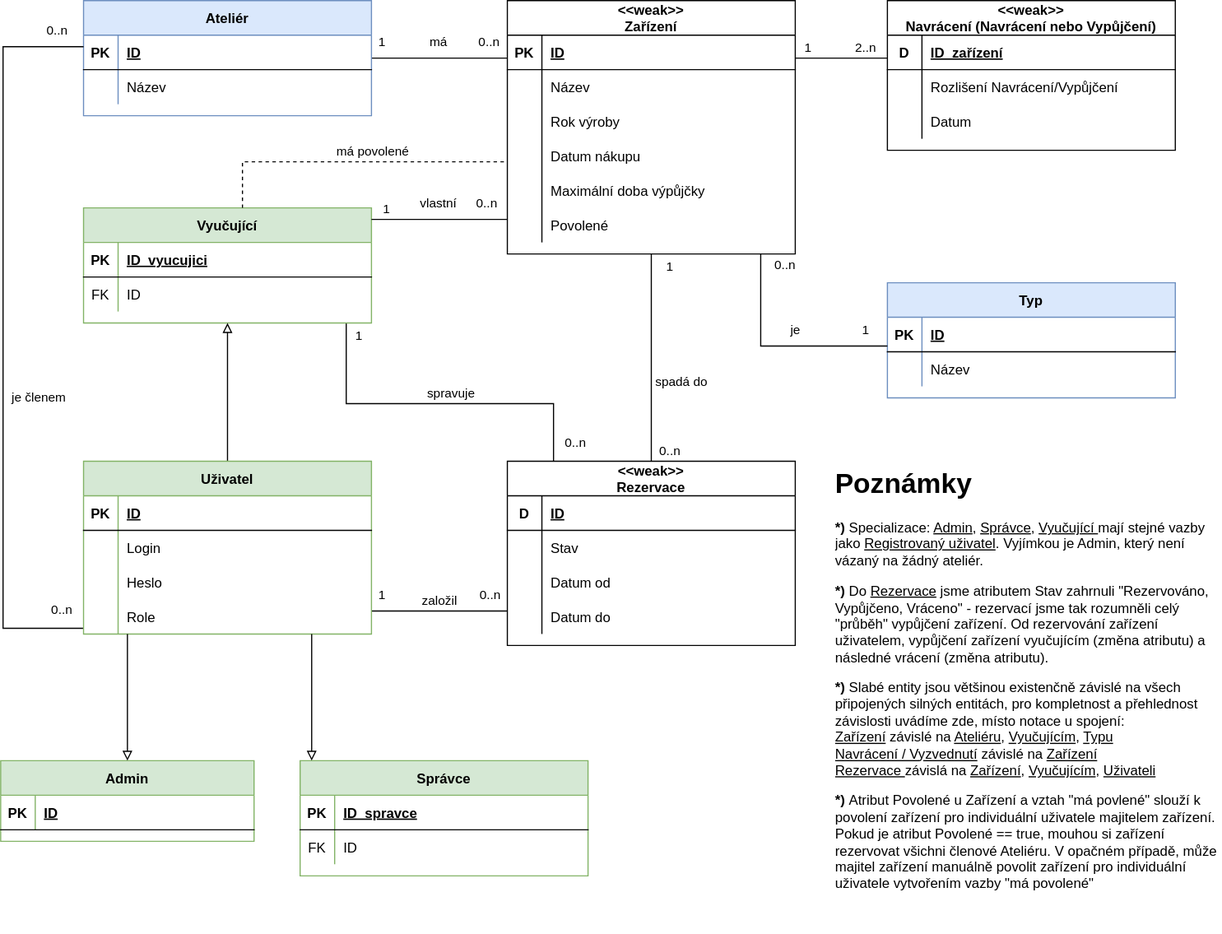
Earlier version of the draw.io export docs/Diagramy-ER Diagram.drawio.svg (petr-plihal/is-for-art-school). Source tidied: cells renumbered, new cells last; positions are measured from the earlier drawing's top-left corner, leaving out a move shared by most shapes.
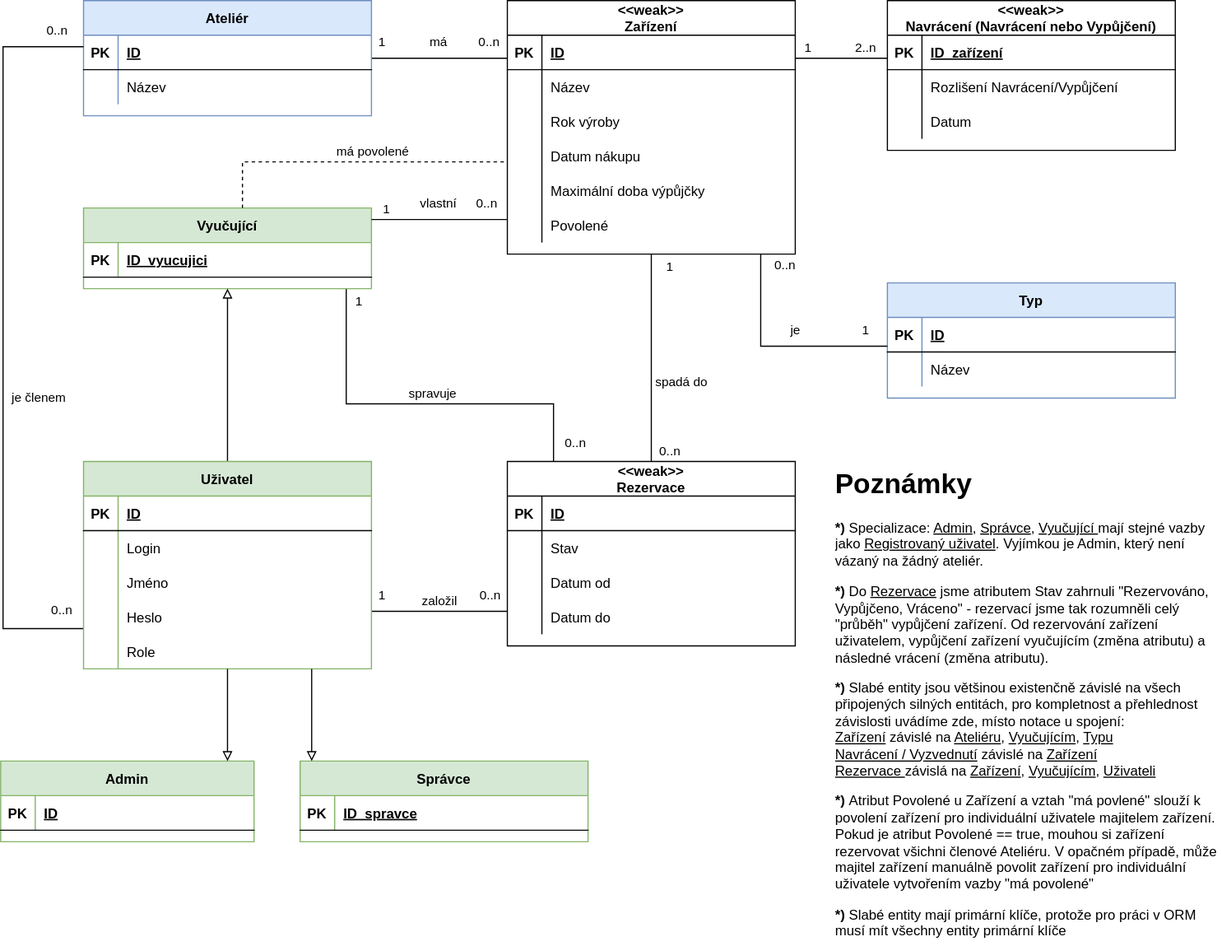
Later version of the same file.

What changed in the source:
```diff
@@ -214,7 +214,7 @@
       </mxGeometry>
     </mxCell>
     <mxCell id="56" value="Vyučující" style="shape=table;startSize=30;rowLines=0;fontStyle=1;align=center;fillColor=#d5e8d4;strokeColor=#82b366;" parent="1" vertex="1">
-      <mxGeometry x="72" y="180" width="250" height="100" as="geometry" />
+      <mxGeometry x="72" y="180" width="250" height="70" as="geometry" />
     </mxCell>
     <mxCell id="57" style="shape=partialRectangle;fillColor=none;top=0;left=0;right=0;bottom=1;" parent="56" vertex="1">
       <mxGeometry y="30" width="250" height="30" as="geometry" />
@@ -225,15 +225,6 @@
     <mxCell id="59" value="ID_vyucujici" style="shape=partialRectangle;overflow=hidden;fillColor=none;top=0;left=0;bottom=0;right=0;align=left;spacingLeft=6;fontStyle=5;" parent="57" vertex="1">
       <mxGeometry x="30" width="220" height="30" as="geometry" />
     </mxCell>
-    <mxCell id="60" style="shape=partialRectangle;fillColor=none;top=0;left=0;right=0;bottom=0;" parent="56" vertex="1">
-      <mxGeometry y="60" width="250" height="30" as="geometry" />
-    </mxCell>
-    <mxCell id="61" value="FK" style="shape=partialRectangle;overflow=hidden;fillColor=none;top=0;left=0;bottom=0;right=0;" parent="60" vertex="1">
-      <mxGeometry width="30" height="30" as="geometry" />
-    </mxCell>
-    <mxCell id="62" value="ID" style="shape=partialRectangle;overflow=hidden;fillColor=none;top=0;left=0;bottom=0;right=0;align=left;spacingLeft=6;" parent="60" vertex="1">
-      <mxGeometry x="30" width="220" height="30" as="geometry" />
-    </mxCell>
     <mxCell id="63" style="edgeStyle=orthogonalEdgeStyle;rounded=0;jettySize=auto;html=1;endArrow=block;endFill=0;strokeWidth=1;" parent="1" edge="1" source="98" target="56">
       <mxGeometry x="-1" y="115" relative="1" as="geometry">
         <mxPoint x="105" y="115" as="offset" />
@@ -268,7 +259,7 @@
     <mxCell id="69" style="shape=partialRectangle;fillColor=none;top=0;left=0;right=0;bottom=1;" parent="68" vertex="1">
       <mxGeometry y="30" width="250" height="30" as="geometry" />
     </mxCell>
-    <mxCell id="70" value="D" style="shape=partialRectangle;overflow=hidden;fillColor=none;top=0;left=0;bottom=0;right=0;fontStyle=1;" parent="69" vertex="1">
+    <mxCell id="70" value="PK" style="shape=partialRectangle;overflow=hidden;fillColor=none;top=0;left=0;bottom=0;right=0;fontStyle=1;" parent="69" vertex="1">
       <mxGeometry width="30" height="30" as="geometry" />
     </mxCell>
     <mxCell id="71" value="ID" style="shape=partialRectangle;overflow=hidden;fillColor=none;top=0;left=0;bottom=0;right=0;align=left;spacingLeft=6;fontStyle=5;" parent="69" vertex="1">
@@ -330,7 +321,7 @@
     <mxCell id="86" style="shape=partialRectangle;fillColor=none;top=0;left=0;right=0;bottom=1;" parent="85" vertex="1">
       <mxGeometry y="30" width="250" height="30" as="geometry" />
     </mxCell>
-    <mxCell id="87" value="D" style="shape=partialRectangle;overflow=hidden;fillColor=none;top=0;left=0;bottom=0;right=0;fontStyle=1;" parent="86" vertex="1">
+    <mxCell id="87" value="PK" style="shape=partialRectangle;overflow=hidden;fillColor=none;top=0;left=0;bottom=0;right=0;fontStyle=1;" parent="86" vertex="1">
       <mxGeometry width="30" height="30" as="geometry" />
     </mxCell>
     <mxCell id="88" value="ID_zařízení" style="shape=partialRectangle;overflow=hidden;fillColor=none;top=0;left=0;bottom=0;right=0;align=left;spacingLeft=6;fontStyle=5;" parent="86" vertex="1">
@@ -373,7 +364,7 @@
       </mxGeometry>
     </mxCell>
     <mxCell id="98" value="Uživatel" style="shape=table;startSize=30;rowLines=0;fontStyle=1;align=center;fillColor=#d5e8d4;strokeColor=#82b366;" parent="1" vertex="1">
-      <mxGeometry x="72" y="400" width="250" height="150" as="geometry" />
+      <mxGeometry x="72" y="400" width="250" height="180" as="geometry" />
     </mxCell>
     <mxCell id="99" style="shape=partialRectangle;fillColor=none;top=0;left=0;right=0;bottom=1;" parent="98" vertex="1">
       <mxGeometry y="30" width="250" height="30" as="geometry" />
@@ -393,8 +384,17 @@
     <mxCell id="104" value="Login" style="shape=partialRectangle;overflow=hidden;fillColor=none;top=0;left=0;bottom=0;right=0;align=left;spacingLeft=6;" parent="102" vertex="1">
       <mxGeometry x="30" width="220" height="30" as="geometry" />
     </mxCell>
+    <mxCell id="127" style="shape=partialRectangle;fillColor=none;top=0;left=0;right=0;bottom=0;" parent="98" vertex="1">
+      <mxGeometry y="90" width="250" height="30" as="geometry" />
+    </mxCell>
+    <mxCell id="128" style="shape=partialRectangle;overflow=hidden;fillColor=none;top=0;left=0;bottom=0;right=0;" parent="127" vertex="1">
+      <mxGeometry width="30" height="30" as="geometry" />
+    </mxCell>
+    <mxCell id="129" value="Jméno" style="shape=partialRectangle;overflow=hidden;fillColor=none;top=0;left=0;bottom=0;right=0;align=left;spacingLeft=6;" parent="127" vertex="1">
+      <mxGeometry x="30" width="220" height="30" as="geometry" />
+    </mxCell>
     <mxCell id="105" style="shape=partialRectangle;fillColor=none;top=0;left=0;right=0;bottom=0;" parent="98" vertex="1">
-      <mxGeometry y="90" width="250" height="30" as="geometry" />
+      <mxGeometry y="120" width="250" height="30" as="geometry" />
     </mxCell>
     <mxCell id="106" style="shape=partialRectangle;overflow=hidden;fillColor=none;top=0;left=0;bottom=0;right=0;" parent="105" vertex="1">
       <mxGeometry width="30" height="30" as="geometry" />
@@ -403,7 +403,7 @@
       <mxGeometry x="30" width="220" height="30" as="geometry" />
     </mxCell>
     <mxCell id="108" style="shape=partialRectangle;fillColor=none;top=0;left=0;right=0;bottom=0;" parent="98" vertex="1">
-      <mxGeometry y="120" width="250" height="30" as="geometry" />
+      <mxGeometry y="150" width="250" height="30" as="geometry" />
     </mxCell>
     <mxCell id="109" style="shape=partialRectangle;overflow=hidden;fillColor=none;top=0;left=0;bottom=0;right=0;" parent="108" vertex="1">
       <mxGeometry width="30" height="30" as="geometry" />
@@ -412,7 +412,7 @@
       <mxGeometry x="30" width="220" height="30" as="geometry" />
     </mxCell>
     <mxCell id="111" value="Správce" style="shape=table;startSize=30;rowLines=0;fontStyle=1;align=center;fillColor=#d5e8d4;strokeColor=#82b366;" parent="1" vertex="1">
-      <mxGeometry x="260.1" y="660" width="250" height="100" as="geometry" />
+      <mxGeometry x="260.1" y="660" width="250" height="70" as="geometry" />
     </mxCell>
     <mxCell id="112" style="shape=partialRectangle;fillColor=none;top=0;left=0;right=0;bottom=1;" parent="111" vertex="1">
       <mxGeometry y="30" width="250" height="30" as="geometry" />
@@ -423,15 +423,6 @@
     <mxCell id="114" value="ID_spravce" style="shape=partialRectangle;overflow=hidden;fillColor=none;top=0;left=0;bottom=0;right=0;align=left;spacingLeft=6;fontStyle=5;" parent="112" vertex="1">
       <mxGeometry x="30" width="220" height="30" as="geometry" />
     </mxCell>
-    <mxCell id="115" style="shape=partialRectangle;fillColor=none;top=0;left=0;right=0;bottom=0;" parent="111" vertex="1">
-      <mxGeometry y="60" width="250" height="30" as="geometry" />
-    </mxCell>
-    <mxCell id="116" value="FK" style="shape=partialRectangle;overflow=hidden;fillColor=none;top=0;left=0;bottom=0;right=0;" parent="115" vertex="1">
-      <mxGeometry width="30" height="30" as="geometry" />
-    </mxCell>
-    <mxCell id="117" value="ID" style="shape=partialRectangle;overflow=hidden;fillColor=none;top=0;left=0;bottom=0;right=0;align=left;spacingLeft=6;" parent="115" vertex="1">
-      <mxGeometry x="30" width="220" height="30" as="geometry" />
-    </mxCell>
     <mxCell id="118" style="edgeStyle=orthogonalEdgeStyle;rounded=0;jettySize=auto;html=1;endArrow=block;endFill=0;strokeWidth=1;" parent="1" edge="1" source="98" target="111">
       <mxGeometry x="-1" y="115" relative="1" as="geometry">
         <Array as="points">
@@ -462,8 +453,8 @@
         <mxPoint x="105" y="115" as="offset" />
       </mxGeometry>
     </mxCell>
-    <mxCell id="124" value="&lt;h1&gt;Poznámky&lt;/h1&gt;&lt;p&gt;&lt;b&gt;*) &lt;/b&gt;Specializace: &lt;u&gt;Admin&lt;/u&gt;, &lt;u&gt;Správce&lt;/u&gt;, &lt;u&gt;Vyučující &lt;/u&gt;mají stejné vazby jako &lt;u&gt;Registrovaný uživatel&lt;/u&gt;. Vyjímkou je Admin, který není vázaný na žádný ateliér.&lt;/p&gt;&lt;p&gt;&lt;b&gt;*)&lt;/b&gt; Do &lt;u&gt;Rezervace&lt;/u&gt; jsme atributem Stav zahrnuli &quot;Rezervováno, Vypůjčeno, Vráceno&quot; - rezervací jsme tak rozumněli celý &quot;průběh&quot; vypůjčení zařízení. Od rezervování zařízení uživatelem, vypůjčení zařízení vyučujícím (změna atributu) a následné vrácení (změna atributu).&lt;/p&gt;&lt;p&gt;&lt;b&gt;*) &lt;/b&gt;Slabé entity jsou většinou existenčně závislé na všech připojených silných entitách, pro kompletnost a přehlednost závislosti uvádíme zde, místo notace u spojení:&amp;nbsp;&lt;br&gt;&lt;u&gt;Zařízení&lt;/u&gt; závislé na &lt;u&gt;Ateliéru&lt;/u&gt;, &lt;u&gt;Vyučujícím&lt;/u&gt;, &lt;u&gt;Typu&lt;/u&gt;&lt;br&gt;&lt;u&gt;Navrácení / Vyzvednutí&lt;/u&gt;&amp;nbsp;závislé na &lt;u&gt;Zařízení&lt;/u&gt;&lt;br&gt;&lt;u&gt;Rezervace &lt;/u&gt;závislá na &lt;u&gt;Zařízení&lt;/u&gt;, &lt;u&gt;Vyučujícím&lt;/u&gt;, &lt;u&gt;Uživateli&lt;/u&gt;&lt;/p&gt;&lt;p&gt;&lt;b&gt;*)&lt;/b&gt;&amp;nbsp;Atribut Povolené u Zařízení a vztah &quot;má povlené&quot; slouží k povolení zařízení pro individuální uživatele majitelem zařízení. Pokud je atribut Povolené == true, mouhou si zařízení rezervovat všichni členové Ateliéru. V opačném případě, může majitel zařízení manuálně povolit zařízení pro individuální uživatele vytvořením vazby &quot;má povolené&quot;&lt;/p&gt;" style="text;html=1;strokeColor=none;fillColor=none;spacing=5;spacingTop=-20;whiteSpace=wrap;overflow=hidden;rounded=0;" parent="1" vertex="1">
-      <mxGeometry x="720" y="400" width="340.1" height="410" as="geometry" />
+    <mxCell id="124" value="&lt;h1&gt;Poznámky&lt;/h1&gt;&lt;p&gt;&lt;b&gt;*) &lt;/b&gt;Specializace: &lt;u&gt;Admin&lt;/u&gt;, &lt;u&gt;Správce&lt;/u&gt;, &lt;u&gt;Vyučující &lt;/u&gt;mají stejné vazby jako &lt;u&gt;Registrovaný uživatel&lt;/u&gt;. Vyjímkou je Admin, který není vázaný na žádný ateliér.&lt;/p&gt;&lt;p&gt;&lt;b&gt;*)&lt;/b&gt; Do &lt;u&gt;Rezervace&lt;/u&gt; jsme atributem Stav zahrnuli &quot;Rezervováno, Vypůjčeno, Vráceno&quot; - rezervací jsme tak rozumněli celý &quot;průběh&quot; vypůjčení zařízení. Od rezervování zařízení uživatelem, vypůjčení zařízení vyučujícím (změna atributu) a následné vrácení (změna atributu).&lt;/p&gt;&lt;p&gt;&lt;b&gt;*) &lt;/b&gt;Slabé entity jsou většinou existenčně závislé na všech připojených silných entitách, pro kompletnost a přehlednost závislosti uvádíme zde, místo notace u spojení:&amp;nbsp;&lt;br&gt;&lt;u&gt;Zařízení&lt;/u&gt; závislé na &lt;u&gt;Ateliéru&lt;/u&gt;, &lt;u&gt;Vyučujícím&lt;/u&gt;, &lt;u&gt;Typu&lt;/u&gt;&lt;br&gt;&lt;u&gt;Navrácení / Vyzvednutí&lt;/u&gt;&amp;nbsp;závislé na &lt;u&gt;Zařízení&lt;/u&gt;&lt;br&gt;&lt;u&gt;Rezervace &lt;/u&gt;závislá na &lt;u&gt;Zařízení&lt;/u&gt;, &lt;u&gt;Vyučujícím&lt;/u&gt;, &lt;u&gt;Uživateli&lt;/u&gt;&lt;/p&gt;&lt;p&gt;&lt;b&gt;*)&lt;/b&gt;&amp;nbsp;Atribut Povolené u Zařízení a vztah &quot;má povlené&quot; slouží k povolení zařízení pro individuální uživatele majitelem zařízení. Pokud je atribut Povolené == true, mouhou si zařízení rezervovat všichni členové Ateliéru. V opačném případě, může majitel zařízení manuálně povolit zařízení pro individuální uživatele vytvořením vazby &quot;má povolené&quot;&lt;/p&gt;&lt;p&gt;&lt;b&gt;*) &lt;/b&gt;Slabé entity mají primární klíče, protože pro práci v ORM musí mít všechny entity primární klíče&lt;/p&gt;" style="text;html=1;strokeColor=none;fillColor=none;spacing=5;spacingTop=-20;whiteSpace=wrap;overflow=hidden;rounded=0;" parent="1" vertex="1">
+      <mxGeometry x="720" y="400" width="340.1" height="420" as="geometry" />
     </mxCell>
     <mxCell id="125" style="edgeStyle=orthogonalEdgeStyle;rounded=0;jettySize=auto;html=1;dashed=1;endArrow=none;endFill=0;" parent="1" edge="1" source="56" target="6">
       <mxGeometry relative="1" as="geometry">
```
